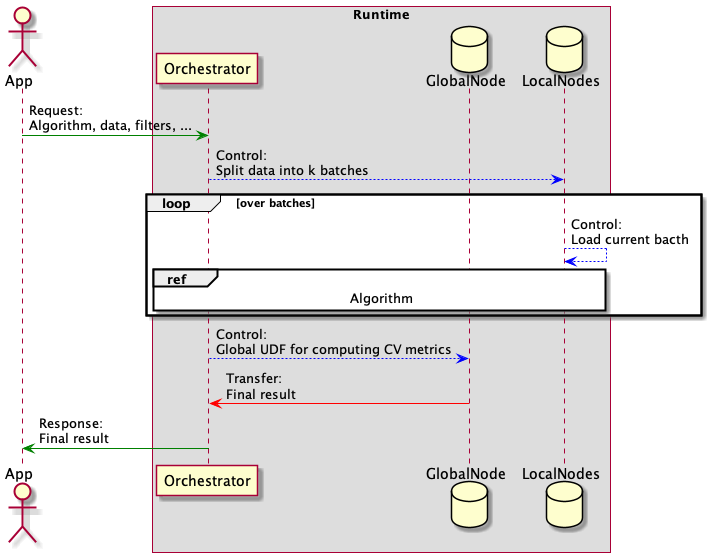
madgik/exareme2 keeps this PlantUML diagram as docs/cvkfold.png. Above is the earlier version.
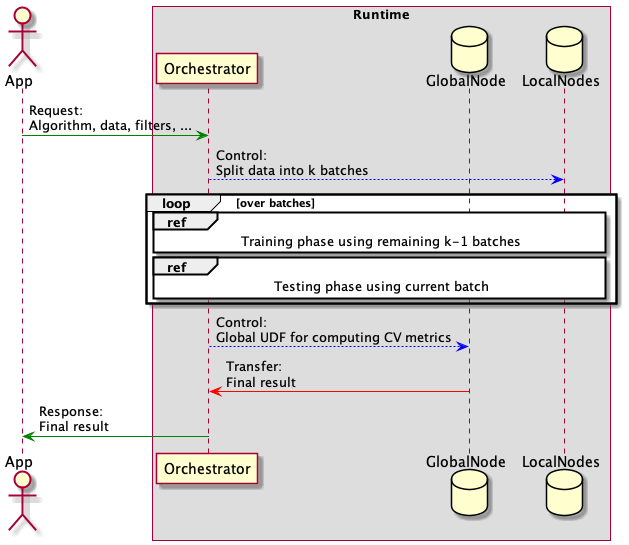
Later version of the same file.

Commit message:
Fix k-fold CV diagram

Diff of the diagram source:
```diff
@@ -11,8 +11,8 @@
 
 Orchestrator -[#blue]-> LocalNodes: Control:\nSplit data into k batches
 loop over batches
-    LocalNodes -[#blue]-> LocalNodes: Control:\nLoad current bacth
-    ref over Orchestrator, LocalNodes, GlobalNode :Algorithm
+    ref over Orchestrator, LocalNodes, GlobalNode :Training phase using remaining k-1 batches
+    ref over Orchestrator, LocalNodes, GlobalNode :Testing phase using current batch
 end
 Orchestrator -[#blue]-> GlobalNode: Control:\nGlobal UDF for computing CV metrics
 GlobalNode -[#red]> Orchestrator: Transfer:\nFinal result
```
